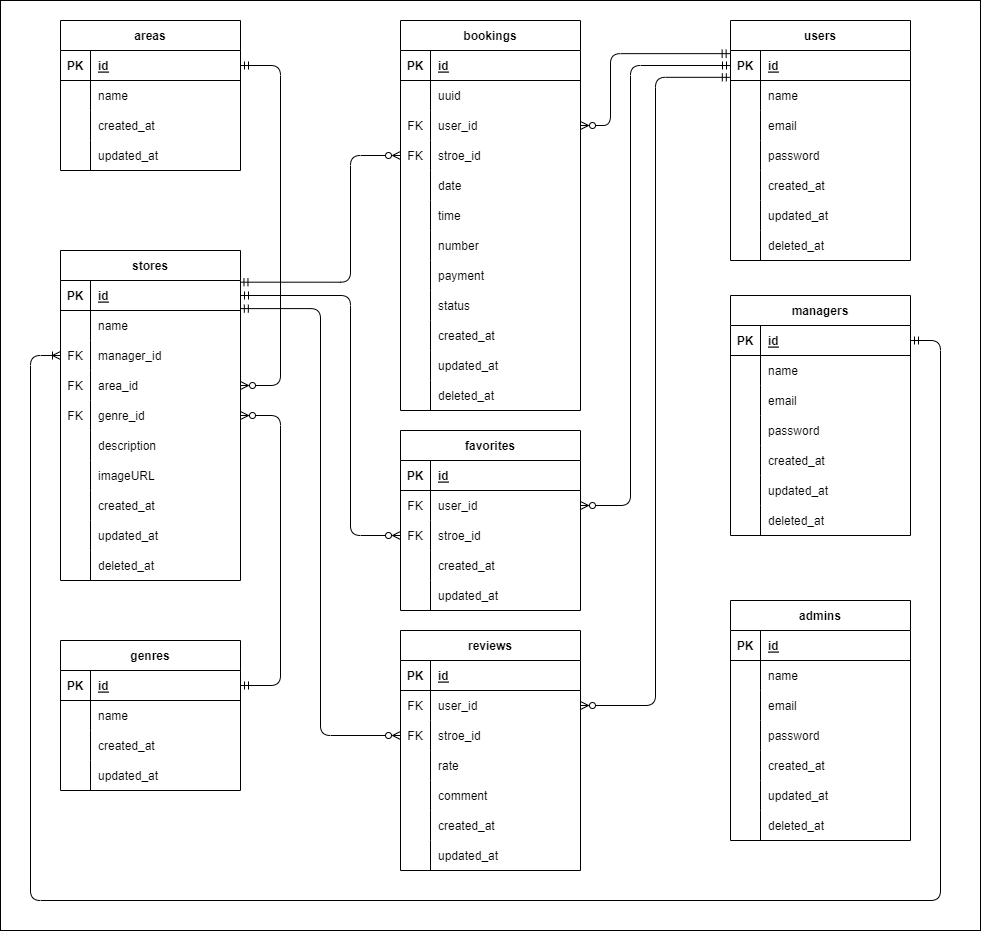
Earlier version of the draw.io export img/ER図.png (Tanukichi-35/rese). Source tidied: cells renumbered, new cells last; positions are measured from the earlier drawing's top-left corner, leaving out a move shared by most shapes.
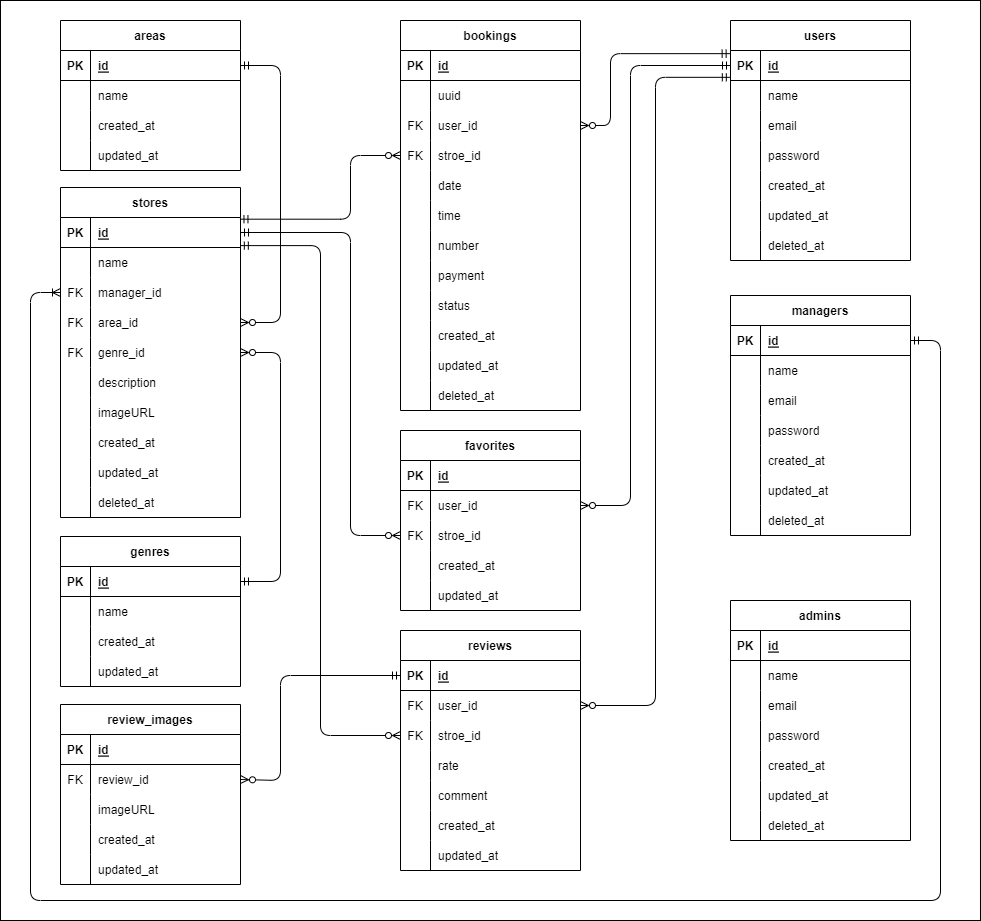
The same file after the commit.

The edit, as a diff of the source:
```diff
@@ -2,11 +2,11 @@
   <root>
     <mxCell id="0" />
     <mxCell id="1" parent="0" />
-    <mxCell id="2" style="rounded=0;whiteSpace=wrap;html=1;fontColor=#FFFFFF;fillColor=#FFFFFF;" parent="1" vertex="1">
-      <mxGeometry width="980" height="930" as="geometry" />
+    <mxCell id="2" style="rounded=0;whiteSpace=wrap;html=1;fontColor=#FFFFFF;fillColor=#FFFFFF;fontStyle=1;" parent="1" vertex="1">
+      <mxGeometry width="980" height="920" as="geometry" />
     </mxCell>
     <mxCell id="3" value="stores" style="shape=table;startSize=30;rowLines=0;fontStyle=1;align=center;rounded=0;strokeWidth=1;fillColor=none;strokeColor=#000000;fontColor=#000000;" parent="1" vertex="1">
-      <mxGeometry x="60" y="250" width="180" height="330" as="geometry" />
+      <mxGeometry x="60" y="187" width="180" height="330" as="geometry" />
     </mxCell>
     <mxCell id="4" style="shape=tableRow;horizontal=0;startSize=0;swimlaneHead=0;swimlaneBody=0;points=[[0,0.5],[1,0.5]];portConstraint=eastwest;top=0;left=0;right=0;bottom=1;rounded=0;strokeWidth=1;swimlaneLine=1;fillColor=none;strokeColor=#000000;fontColor=#000000;" parent="3" vertex="1">
       <mxGeometry y="30" width="180" height="30" as="geometry" />
@@ -438,13 +438,13 @@
     <mxCell id="145" style="fontSize=12;html=1;endArrow=ERzeroToMany;startArrow=ERmandOne;startFill=0;endFill=0;strokeWidth=1;swimlaneLine=1;rounded=1;fillColor=none;strokeColor=#000000;fontColor=#000000;exitX=0.997;exitY=0.056;exitDx=0;exitDy=0;edgeStyle=orthogonalEdgeStyle;elbow=vertical;entryX=0;entryY=0.5;entryDx=0;entryDy=0;exitPerimeter=0;" parent="1" edge="1" source="4" target="80">
       <mxGeometry relative="1" as="geometry">
         <Array as="points">
-          <mxPoint x="350" y="282" />
+          <mxPoint x="350" y="219" />
           <mxPoint x="350" y="155" />
         </Array>
       </mxGeometry>
     </mxCell>
     <mxCell id="146" value="genres" style="shape=table;startSize=30;rowLines=0;fontStyle=1;align=center;rounded=0;strokeWidth=1;fillColor=none;strokeColor=#000000;fontColor=#000000;" parent="1" vertex="1">
-      <mxGeometry x="60" y="640" width="180" height="150" as="geometry" />
+      <mxGeometry x="60" y="536" width="180" height="150" as="geometry" />
     </mxCell>
     <mxCell id="147" style="shape=tableRow;horizontal=0;startSize=0;swimlaneHead=0;swimlaneBody=0;points=[[0,0.5],[1,0.5]];portConstraint=eastwest;top=0;left=0;right=0;bottom=1;rounded=0;strokeWidth=1;swimlaneLine=1;fillColor=none;strokeColor=#000000;fontColor=#000000;" parent="146" vertex="1">
       <mxGeometry y="30" width="180" height="30" as="geometry" />
@@ -492,7 +492,7 @@
     <mxCell id="160" style="fontSize=12;html=1;endArrow=ERzeroToMany;startArrow=ERmandOne;startFill=0;endFill=0;strokeWidth=1;swimlaneLine=1;rounded=1;fillColor=none;strokeColor=#000000;fontColor=#000000;exitX=0.999;exitY=0.937;exitDx=0;exitDy=0;edgeStyle=orthogonalEdgeStyle;elbow=vertical;entryX=0;entryY=0.5;entryDx=0;entryDy=0;exitPerimeter=0;" parent="1" edge="1" source="4" target="130">
       <mxGeometry relative="1" as="geometry">
         <Array as="points">
-          <mxPoint x="320" y="308" />
+          <mxPoint x="320" y="245" />
           <mxPoint x="320" y="735" />
         </Array>
       </mxGeometry>
@@ -500,7 +500,7 @@
     <mxCell id="161" style="fontSize=12;html=1;endArrow=ERzeroToMany;startArrow=ERmandOne;startFill=0;endFill=0;strokeWidth=1;swimlaneLine=1;rounded=1;fillColor=none;strokeColor=#000000;fontColor=#000000;exitX=1;exitY=0.5;exitDx=0;exitDy=0;edgeStyle=orthogonalEdgeStyle;elbow=vertical;entryX=0;entryY=0.5;entryDx=0;entryDy=0;" parent="1" edge="1" source="4" target="114">
       <mxGeometry relative="1" as="geometry">
         <Array as="points">
-          <mxPoint x="350" y="295" />
+          <mxPoint x="350" y="232" />
           <mxPoint x="350" y="535" />
         </Array>
       </mxGeometry>
@@ -658,12 +658,68 @@
     <mxCell id="209" style="fontSize=12;html=1;endArrow=ERmandOne;startArrow=ERoneToMany;startFill=0;endFill=0;strokeWidth=1;swimlaneLine=1;rounded=1;fillColor=none;strokeColor=#000000;fontColor=#000000;entryX=1;entryY=0.5;entryDx=0;entryDy=0;edgeStyle=orthogonalEdgeStyle;elbow=vertical;exitX=0;exitY=0.5;exitDx=0;exitDy=0;" parent="1" edge="1" source="11" target="168">
       <mxGeometry relative="1" as="geometry">
         <Array as="points">
-          <mxPoint x="30" y="355" />
+          <mxPoint x="30" y="292" />
           <mxPoint x="30" y="900" />
           <mxPoint x="940" y="900" />
           <mxPoint x="940" y="340" />
         </Array>
       </mxGeometry>
     </mxCell>
+    <mxCell id="210" value="review_images" style="shape=table;startSize=30;rowLines=0;fontStyle=1;align=center;rounded=0;strokeWidth=1;fillColor=none;strokeColor=#000000;fontColor=#000000;" parent="1" vertex="1">
+      <mxGeometry x="60" y="704" width="180" height="180" as="geometry" />
+    </mxCell>
+    <mxCell id="211" style="shape=tableRow;horizontal=0;startSize=0;swimlaneHead=0;swimlaneBody=0;top=0;left=0;right=0;bottom=1;rounded=0;strokeWidth=1;swimlaneLine=1;fillColor=none;strokeColor=#000000;fontColor=#000000;" parent="210" vertex="1">
+      <mxGeometry y="30" width="180" height="30" as="geometry" />
+    </mxCell>
+    <mxCell id="212" value="PK" style="shape=partialRectangle;top=0;left=0;bottom=0;right=0;fontStyle=1;overflow=hidden;rounded=0;strokeWidth=1;swimlaneLine=1;fillColor=none;strokeColor=#000000;fontColor=#000000;" parent="211" vertex="1">
+      <mxGeometry width="30" height="30" as="geometry" />
+    </mxCell>
+    <mxCell id="213" value="id" style="shape=partialRectangle;top=0;left=0;bottom=0;right=0;align=left;spacingLeft=6;fontStyle=5;overflow=hidden;rounded=0;strokeWidth=1;swimlaneLine=1;fillColor=none;strokeColor=#000000;fontColor=#000000;" parent="211" vertex="1">
+      <mxGeometry x="30" width="150" height="30" as="geometry" />
+    </mxCell>
+    <mxCell id="214" style="shape=tableRow;horizontal=0;startSize=0;swimlaneHead=0;swimlaneBody=0;top=0;left=0;right=0;bottom=0;rounded=0;strokeWidth=1;swimlaneLine=1;fillColor=none;strokeColor=#000000;fontColor=#000000;" parent="210" vertex="1">
+      <mxGeometry y="60" width="180" height="30" as="geometry" />
+    </mxCell>
+    <mxCell id="215" value="FK" style="shape=partialRectangle;top=0;left=0;bottom=0;right=0;overflow=hidden;rounded=0;strokeWidth=1;swimlaneLine=1;fillColor=none;strokeColor=#000000;fontColor=#000000;" parent="214" vertex="1">
+      <mxGeometry width="30" height="30" as="geometry" />
+    </mxCell>
+    <mxCell id="216" value="review_id" style="shape=partialRectangle;top=0;left=0;bottom=0;right=0;align=left;spacingLeft=6;overflow=hidden;rounded=0;strokeWidth=1;swimlaneLine=1;fillColor=none;strokeColor=#000000;fontColor=#000000;" parent="214" vertex="1">
+      <mxGeometry x="30" width="150" height="30" as="geometry" />
+    </mxCell>
+    <mxCell id="217" style="shape=tableRow;horizontal=0;startSize=0;swimlaneHead=0;swimlaneBody=0;top=0;left=0;right=0;bottom=0;rounded=0;strokeWidth=1;swimlaneLine=1;fillColor=none;strokeColor=#000000;fontColor=#000000;" parent="210" vertex="1">
+      <mxGeometry y="90" width="180" height="30" as="geometry" />
+    </mxCell>
+    <mxCell id="218" style="shape=partialRectangle;top=0;left=0;bottom=0;right=0;overflow=hidden;rounded=0;strokeWidth=1;swimlaneLine=1;fillColor=none;strokeColor=#000000;fontColor=#000000;" parent="217" vertex="1">
+      <mxGeometry width="30" height="30" as="geometry" />
+    </mxCell>
+    <mxCell id="219" value="imageURL" style="shape=partialRectangle;top=0;left=0;bottom=0;right=0;align=left;spacingLeft=6;overflow=hidden;rounded=0;strokeWidth=1;swimlaneLine=1;fillColor=none;strokeColor=#000000;fontColor=#000000;" parent="217" vertex="1">
+      <mxGeometry x="30" width="150" height="30" as="geometry" />
+    </mxCell>
+    <mxCell id="220" style="shape=tableRow;horizontal=0;startSize=0;swimlaneHead=0;swimlaneBody=0;top=0;left=0;right=0;bottom=0;rounded=0;strokeWidth=1;swimlaneLine=1;fillColor=none;strokeColor=#000000;fontColor=#000000;" parent="210" vertex="1">
+      <mxGeometry y="120" width="180" height="30" as="geometry" />
+    </mxCell>
+    <mxCell id="221" style="shape=partialRectangle;top=0;left=0;bottom=0;right=0;overflow=hidden;rounded=0;strokeWidth=1;swimlaneLine=1;fillColor=none;strokeColor=#000000;fontColor=#000000;" parent="220" vertex="1">
+      <mxGeometry width="30" height="30" as="geometry" />
+    </mxCell>
+    <mxCell id="222" value="created_at" style="shape=partialRectangle;top=0;left=0;bottom=0;right=0;align=left;spacingLeft=6;overflow=hidden;rounded=0;strokeWidth=1;swimlaneLine=1;fillColor=none;strokeColor=#000000;fontColor=#000000;" parent="220" vertex="1">
+      <mxGeometry x="30" width="150" height="30" as="geometry" />
+    </mxCell>
+    <mxCell id="223" style="shape=tableRow;horizontal=0;startSize=0;swimlaneHead=0;swimlaneBody=0;top=0;left=0;right=0;bottom=0;rounded=0;strokeWidth=1;swimlaneLine=1;fillColor=none;strokeColor=#000000;fontColor=#000000;" parent="210" vertex="1">
+      <mxGeometry y="150" width="180" height="30" as="geometry" />
+    </mxCell>
+    <mxCell id="224" style="shape=partialRectangle;top=0;left=0;bottom=0;right=0;overflow=hidden;rounded=0;strokeWidth=1;swimlaneLine=1;fillColor=none;strokeColor=#000000;fontColor=#000000;" parent="223" vertex="1">
+      <mxGeometry width="30" height="30" as="geometry" />
+    </mxCell>
+    <mxCell id="225" value="updated_at" style="shape=partialRectangle;top=0;left=0;bottom=0;right=0;align=left;spacingLeft=6;overflow=hidden;rounded=0;strokeWidth=1;swimlaneLine=1;fillColor=none;strokeColor=#000000;fontColor=#000000;" parent="223" vertex="1">
+      <mxGeometry x="30" width="150" height="30" as="geometry" />
+    </mxCell>
+    <mxCell id="226" style="fontSize=12;html=1;endArrow=ERzeroToMany;startArrow=ERmandOne;startFill=0;endFill=0;strokeWidth=1;swimlaneLine=1;rounded=1;fillColor=none;strokeColor=#000000;fontColor=#000000;exitX=0;exitY=0.5;exitDx=0;exitDy=0;edgeStyle=orthogonalEdgeStyle;elbow=vertical;entryX=1;entryY=0.5;entryDx=0;entryDy=0;" parent="1" edge="1" source="125" target="216">
+      <mxGeometry relative="1" as="geometry">
+        <Array as="points">
+          <mxPoint x="280" y="675" />
+          <mxPoint x="280" y="780" />
+        </Array>
+      </mxGeometry>
+    </mxCell>
   </root>
 </mxGraphModel>
```
